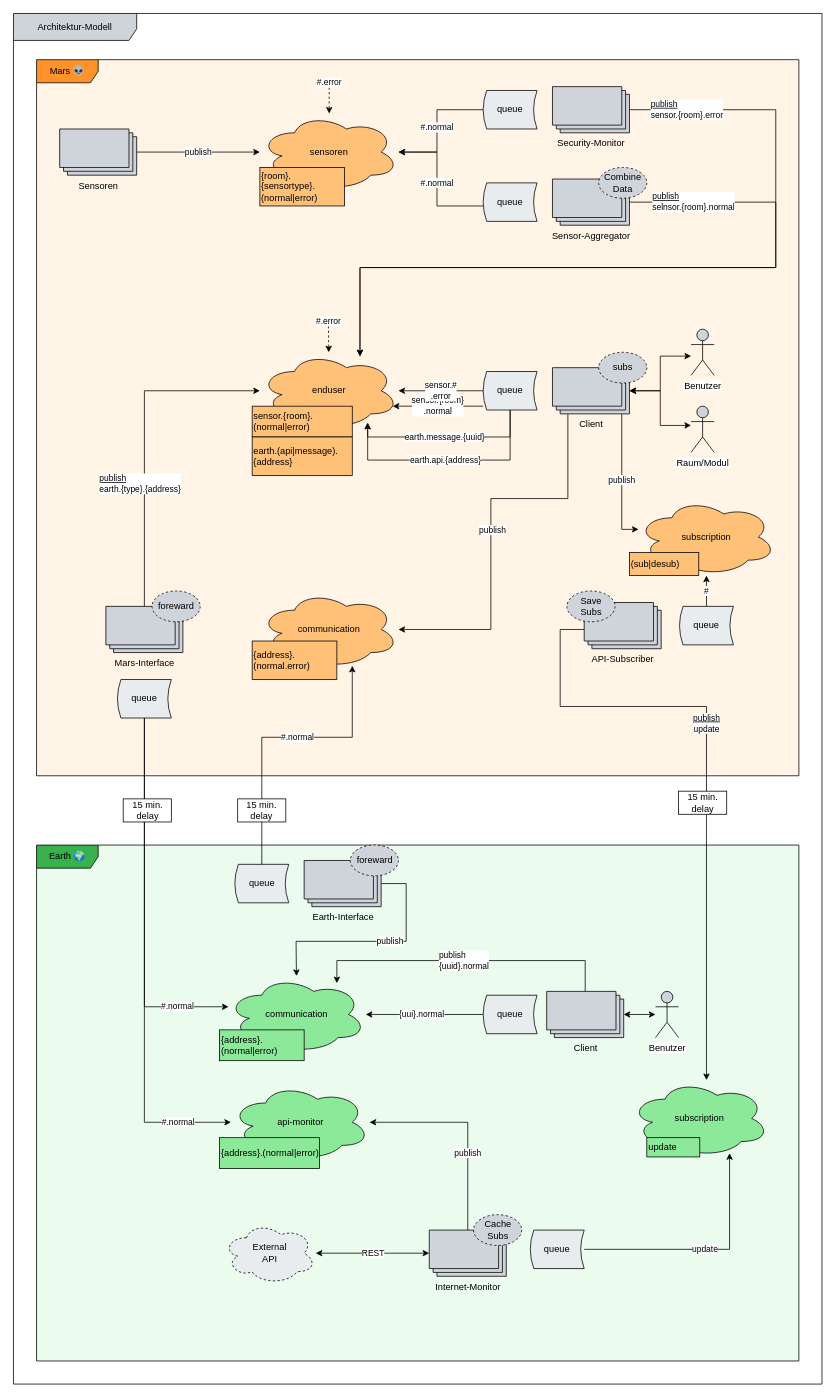
This is docs/Architektur-Modell.drawio from leo-3108/mi-fddw-mars-colonisation-gedrath-pelzer, a draw.io file, before an edit. Source tidied: cells renumbered, new cells numbered last; positions are measured from the earlier drawing's top-left corner, leaving out a move shared by most shapes. Both pictures are drawn from the tidied source at 77%, with x=0, y=0 at pixel (13, 13).
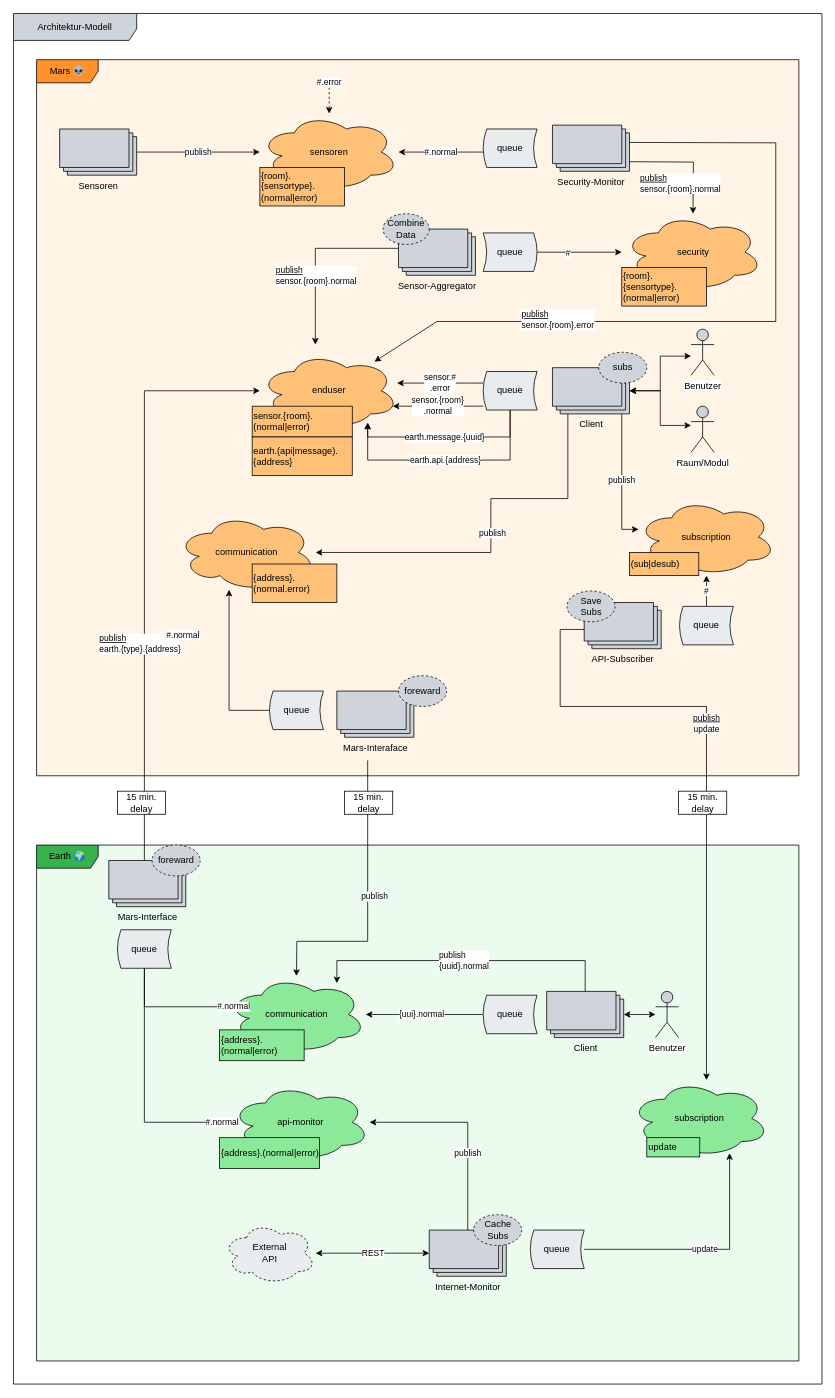
The same page after the edit.

Unchanged cells that the change refers to:
```xml
<mxCell id="10" value="&lt;font face=&quot;IBM Plex Mono&quot;&gt;Client&lt;/font&gt;" style="verticalLabelPosition=bottom;verticalAlign=top;html=1;shape=mxgraph.basic.layered_rect;dx=10;outlineConnect=0;fillColor=#ced4da;" parent="1" vertex="1">
  <mxGeometry x="700" y="460" width="100" height="60" as="geometry" />
</mxCell>
<mxCell id="19" value="sensoren" style="ellipse;shape=cloud;whiteSpace=wrap;html=1;fontFamily=IBM Plex Sans;FType=g;fillColor=#FFC078;" parent="1" vertex="1">
  <mxGeometry x="320" y="130" width="180" height="100" as="geometry" />
</mxCell>
<mxCell id="21" value="enduser" style="ellipse;shape=cloud;whiteSpace=wrap;html=1;fontFamily=IBM Plex Sans;FType=g;fillColor=#FFC078;" parent="1" vertex="1">
  <mxGeometry x="320" y="440" width="180" height="100" as="geometry" />
</mxCell>
<mxCell id="33" value="&lt;font face=&quot;IBM Plex Mono&quot;&gt;queue&lt;/font&gt;" style="shape=dataStorage;whiteSpace=wrap;html=1;fillColor=#E9ECEF;size=0.06470588235293984;" parent="1" vertex="1">
  <mxGeometry x="610" y="465" width="70" height="50" as="geometry" />
</mxCell>
<mxCell id="46" value="communication" style="ellipse;shape=cloud;whiteSpace=wrap;html=1;fontFamily=IBM Plex Sans;FType=g;fillColor=#8CE99A;" parent="1" vertex="1">
  <mxGeometry x="277.5" y="1250" width="180" height="100" as="geometry" />
</mxCell>
```

Change to the diagram source:
```diff
@@
     <mxCell id="8" style="edgeStyle=orthogonalEdgeStyle;rounded=0;jettySize=auto;html=1;fontFamily=IBM Plex Mono;align=center;" parent="1" edge="1" source="10" target="57">
       <mxGeometry relative="1" as="geometry">
         <Array as="points">
           <mxPoint x="720" y="630" />
           <mxPoint x="620" y="630" />
-          <mxPoint x="620" y="800" />
+          <mxPoint x="620" y="700" />
         </Array>
       </mxGeometry>
     </mxCell>
@@
-    <mxCell id="11" value="&lt;u style=&quot;font-family: &amp;#34;ibm plex mono&amp;#34;&quot;&gt;publish&lt;/u&gt;&lt;br style=&quot;font-family: &amp;#34;ibm plex mono&amp;#34;&quot;&gt;&lt;span style=&quot;font-family: &amp;#34;ibm plex mono&amp;#34;&quot;&gt;selnsor.{room}.normal&lt;/span&gt;" style="edgeStyle=orthogonalEdgeStyle;rounded=0;jettySize=auto;html=1;align=left;" parent="1" edge="1" source="12" target="21">
-      <mxGeometry x="-0.94" relative="1" as="geometry">
-        <Array as="points">
-          <mxPoint x="990" y="245" />
-          <mxPoint x="990" y="330" />
-          <mxPoint x="450" y="330" />
-        </Array>
-      </mxGeometry>
-    </mxCell>
     <mxCell id="12" value="&lt;font face=&quot;IBM Plex Mono&quot;&gt;Sensor-Aggregator&lt;/font&gt;" style="verticalLabelPosition=bottom;verticalAlign=top;html=1;shape=mxgraph.basic.layered_rect;dx=10;outlineConnect=0;fillColor=#ced4da;" parent="1" vertex="1">
-      <mxGeometry x="700" y="215" width="100" height="60" as="geometry" />
+      <mxGeometry x="500" y="280" width="100" height="60" as="geometry" />
     </mxCell>
-    <mxCell id="13" value="&lt;font face=&quot;IBM Plex Mono&quot;&gt;&lt;u&gt;publish&lt;/u&gt;&lt;br&gt;sensor.{room}.error&lt;/font&gt;" style="edgeStyle=orthogonalEdgeStyle;rounded=0;jettySize=auto;html=1;align=left;" parent="1" edge="1" source="14" target="21">
-      <mxGeometry x="-0.95" relative="1" as="geometry">
-        <Array as="points">
-          <mxPoint x="990" y="125" />
-          <mxPoint x="990" y="330" />
-          <mxPoint x="450" y="330" />
-        </Array>
-      </mxGeometry>
-    </mxCell>
     <mxCell id="14" value="&lt;font face=&quot;IBM Plex Mono&quot;&gt;Security-Monitor&lt;/font&gt;" style="verticalLabelPosition=bottom;verticalAlign=top;html=1;shape=mxgraph.basic.layered_rect;dx=10;outlineConnect=0;fillColor=#ced4da;" parent="1" vertex="1">
-      <mxGeometry x="700" y="95" width="100" height="60" as="geometry" />
+      <mxGeometry x="700" y="145" width="100" height="60" as="geometry" />
     </mxCell>
@@
     <mxCell id="22" value="&lt;font face=&quot;IBM Plex Mono&quot;&gt;#.normal&lt;/font&gt;" style="edgeStyle=orthogonalEdgeStyle;rounded=0;jettySize=auto;html=1;" parent="1" edge="1" source="23" target="19">
       <mxGeometry relative="1" as="geometry">
         <Array as="points">
-          <mxPoint x="550" y="125" />
-          <mxPoint x="550" y="180" />
+          <mxPoint x="600" y="180" />
+          <mxPoint x="600" y="180" />
         </Array>
       </mxGeometry>
     </mxCell>
     <mxCell id="23" value="&lt;font face=&quot;IBM Plex Mono&quot;&gt;queue&lt;/font&gt;" style="shape=dataStorage;whiteSpace=wrap;html=1;fillColor=#E9ECEF;size=0.06470588235293984;" parent="1" vertex="1">
-      <mxGeometry x="610" y="100" width="70" height="50" as="geometry" />
+      <mxGeometry x="610" y="150" width="70" height="50" as="geometry" />
     </mxCell>
-    <mxCell id="24" value="&lt;font face=&quot;IBM Plex Mono&quot;&gt;#.normal&lt;/font&gt;" style="edgeStyle=orthogonalEdgeStyle;rounded=0;jettySize=auto;html=1;" parent="1" edge="1" source="25" target="19">
-      <mxGeometry relative="1" as="geometry">
-        <Array as="points">
-          <mxPoint x="550" y="250" />
-          <mxPoint x="550" y="180" />
-        </Array>
-      </mxGeometry>
-    </mxCell>
-    <mxCell id="25" value="&lt;font face=&quot;IBM Plex Mono&quot;&gt;queue&lt;/font&gt;" style="shape=dataStorage;whiteSpace=wrap;html=1;fillColor=#E9ECEF;size=0.06470588235293984;" parent="1" vertex="1">
-      <mxGeometry x="610" y="220" width="70" height="50" as="geometry" />
+    <mxCell id="25" value="&lt;font face=&quot;IBM Plex Mono&quot;&gt;queue&lt;/font&gt;" style="shape=dataStorage;whiteSpace=wrap;html=1;fillColor=#E9ECEF;size=0.06470588235293984;direction=west;" parent="1" vertex="1">
+      <mxGeometry x="610" y="285" width="70" height="50" as="geometry" />
     </mxCell>
     <mxCell id="26" value="&lt;font face=&quot;IBM Plex Sans&quot;&gt;Combine Data&lt;/font&gt;" style="ellipse;whiteSpace=wrap;html=1;strokeWidth=1;fillColor=#CED4DA;dashed=1;" parent="1" vertex="1">
-      <mxGeometry x="760" y="200" width="62.5" height="40" as="geometry" />
+      <mxGeometry x="480" y="260" width="60" height="40" as="geometry" />
     </mxCell>
@@
     <mxCell id="30" value="&lt;font face=&quot;IBM Plex Mono&quot;&gt;sensor.#&lt;br&gt;.error&lt;/font&gt;" style="edgeStyle=orthogonalEdgeStyle;rounded=0;jettySize=auto;html=1;align=center;" parent="1" edge="1" source="33" target="21">
       <mxGeometry relative="1" as="geometry">
         <Array as="points">
-          <mxPoint x="610" y="470" />
-          <mxPoint x="610" y="470" />
+          <mxPoint x="590" y="480" />
+          <mxPoint x="590" y="480" />
         </Array>
       </mxGeometry>
     </mxCell>
@@
-    <mxCell id="35" value="&lt;font face=&quot;IBM Plex Mono&quot;&gt;#.error&lt;/font&gt;" style="endArrow=classic;html=1;dashed=1;" parent="1" edge="1" target="21">
-      <mxGeometry x="-1" relative="1" as="geometry">
-        <mxPoint x="409" y="400" as="sourcePoint" />
-      </mxGeometry>
-    </mxCell>
@@
     <mxCell id="40" value="&lt;font face=&quot;IBM Plex Mono&quot;&gt;Mars-Interface&lt;br&gt;&lt;/font&gt;" style="verticalLabelPosition=bottom;verticalAlign=top;html=1;shape=mxgraph.basic.layered_rect;dx=10;outlineConnect=0;fillColor=#ced4da;" parent="1" vertex="1">
-      <mxGeometry x="120" y="770" width="100" height="60" as="geometry" />
+      <mxGeometry x="123.8" y="1100" width="100" height="60" as="geometry" />
     </mxCell>
@@
     <mxCell id="50" value="&lt;font face=&quot;IBM Plex Mono&quot;&gt;queue&lt;/font&gt;" style="shape=dataStorage;whiteSpace=wrap;html=1;fillColor=#E9ECEF;size=0.06470588235293984;" parent="1" vertex="1">
-      <mxGeometry x="135" y="865" width="70" height="50" as="geometry" />
+      <mxGeometry x="135" y="1190" width="70" height="50" as="geometry" />
     </mxCell>
@@
     <mxCell id="55" value="&lt;font face=&quot;IBM Plex Mono&quot;&gt;15 min. delay&lt;/font&gt;" style="rounded=0;whiteSpace=wrap;html=1;fillColor=#ffffff;" parent="1" vertex="1">
-      <mxGeometry x="142.5" y="1020" width="62.5" height="30" as="geometry" />
+      <mxGeometry x="135" y="1010" width="62.5" height="30" as="geometry" />
     </mxCell>
@@
     <mxCell id="57" value="communication" style="ellipse;shape=cloud;whiteSpace=wrap;html=1;fontFamily=IBM Plex Sans;FType=g;fillColor=#FFC078;" parent="1" vertex="1">
-      <mxGeometry x="320" y="750" width="180" height="100" as="geometry" />
+      <mxGeometry x="212.5" y="650" width="180" height="100" as="geometry" />
     </mxCell>
     <mxCell id="58" value="&lt;span style=&quot;font-family: &amp;#34;ibm plex mono&amp;#34;&quot;&gt;{address}.(normal.error)&lt;/span&gt;" style="rounded=0;whiteSpace=wrap;html=1;fillColor=#FFC078;align=left;" parent="1" vertex="1">
-      <mxGeometry x="310" y="815" width="110" height="50" as="geometry" />
+      <mxGeometry x="310" y="715" width="110" height="50" as="geometry" />
     </mxCell>
-    <mxCell id="59" value="publish" style="edgeStyle=orthogonalEdgeStyle;rounded=0;jettySize=auto;html=1;fontFamily=IBM Plex Mono;align=left;" parent="1" edge="1" source="60" target="46">
-      <mxGeometry relative="1" as="geometry">
+    <mxCell id="59" value="publish" style="edgeStyle=orthogonalEdgeStyle;rounded=0;jettySize=auto;html=1;fontFamily=IBM Plex Mono;align=left;" parent="1" edge="1" target="46">
+      <mxGeometry x="-0.05" y="-10" relative="1" as="geometry">
+        <mxPoint x="460" y="970" as="sourcePoint" />
         <Array as="points">
-          <mxPoint x="510" y="1130" />
-          <mxPoint x="510" y="1205" />
-          <mxPoint x="367" y="1205" />
+          <mxPoint x="460" y="1205" />
+          <mxPoint x="368" y="1205" />
         </Array>
       </mxGeometry>
     </mxCell>
-    <mxCell id="60" value="&lt;font face=&quot;IBM Plex Mono&quot;&gt;Earth-Interface&lt;br&gt;&lt;/font&gt;" style="verticalLabelPosition=bottom;verticalAlign=top;html=1;shape=mxgraph.basic.layered_rect;dx=10;outlineConnect=0;fillColor=#ced4da;" parent="1" vertex="1">
-      <mxGeometry x="377.5" y="1100" width="100" height="60" as="geometry" />
+    <mxCell id="60" value="&lt;font face=&quot;IBM Plex Mono&quot;&gt;Mars-Interaface&lt;br&gt;&lt;/font&gt;" style="verticalLabelPosition=bottom;verticalAlign=top;html=1;shape=mxgraph.basic.layered_rect;dx=10;outlineConnect=0;fillColor=#ced4da;" parent="1" vertex="1">
+      <mxGeometry x="420" y="880" width="100" height="60" as="geometry" />
     </mxCell>
     <mxCell id="61" value="#.normal" style="edgeStyle=orthogonalEdgeStyle;rounded=0;jettySize=auto;html=1;fontFamily=IBM Plex Mono;align=left;" parent="1" edge="1" source="62" target="57">
-      <mxGeometry relative="1" as="geometry">
+      <mxGeometry x="-0.5" y="-54" relative="1" as="geometry">
         <Array as="points">
-          <mxPoint x="323" y="940" />
-          <mxPoint x="440" y="940" />
+          <mxPoint x="280" y="905" />
         </Array>
+        <mxPoint x="-84" y="-44" as="offset" />
       </mxGeometry>
     </mxCell>
     <mxCell id="62" value="&lt;font face=&quot;IBM Plex Mono&quot;&gt;queue&lt;/font&gt;" style="shape=dataStorage;whiteSpace=wrap;html=1;fillColor=#E9ECEF;size=0.06470588235293984;" parent="1" vertex="1">
-      <mxGeometry x="287.5" y="1105" width="70" height="50" as="geometry" />
+      <mxGeometry x="332.5" y="880" width="70" height="50" as="geometry" />
     </mxCell>
     <mxCell id="63" value="&lt;font face=&quot;IBM Plex Mono&quot;&gt;15 min. delay&lt;/font&gt;" style="rounded=0;whiteSpace=wrap;html=1;fillColor=#ffffff;" parent="1" vertex="1">
-      <mxGeometry x="291.2" y="1020" width="62.5" height="30" as="geometry" />
+      <mxGeometry x="430" y="1010" width="62.5" height="30" as="geometry" />
     </mxCell>
@@
     <mxCell id="77" value="&lt;font face=&quot;IBM Plex Sans&quot;&gt;foreward&lt;/font&gt;" style="ellipse;whiteSpace=wrap;html=1;strokeWidth=1;fillColor=#CED4DA;dashed=1;" parent="1" vertex="1">
-      <mxGeometry x="437.5" y="1080" width="62.5" height="40" as="geometry" />
+      <mxGeometry x="500" y="860" width="62.5" height="40" as="geometry" />
     </mxCell>
     <mxCell id="78" value="&lt;font face=&quot;IBM Plex Sans&quot;&gt;foreward&lt;/font&gt;" style="ellipse;whiteSpace=wrap;html=1;strokeWidth=1;fillColor=#CED4DA;dashed=1;" parent="1" vertex="1">
-      <mxGeometry x="180" y="750" width="62.5" height="40" as="geometry" />
+      <mxGeometry x="180" y="1080" width="62.5" height="40" as="geometry" />
     </mxCell>
+    <mxCell id="79" value="security" style="ellipse;shape=cloud;whiteSpace=wrap;html=1;fontFamily=IBM Plex Sans;FType=g;fillColor=#FFC078;" parent="1" vertex="1">
+      <mxGeometry x="792.5" y="260" width="180" height="100" as="geometry" />
+    </mxCell>
+    <mxCell id="80" style="endArrow=classic;html=1;exitX=0;exitY=0.5;exitDx=0;exitDy=0;" parent="1" edge="1" source="25">
+      <mxGeometry relative="1" as="geometry">
+        <mxPoint x="790" y="310" as="targetPoint" />
+      </mxGeometry>
+    </mxCell>
+    <mxCell id="81" value="#" style="edgeLabel;html=1;align=center;verticalAlign=middle;" parent="80" vertex="1">
+      <mxGeometry x="-0.29" y="-1" relative="1" as="geometry" />
+    </mxCell>
+    <mxCell id="82" style="endArrow=classic;html=1;rounded=0;exitX=0;exitY=0;exitDx=100;exitDy=22.5;exitPerimeter=0;" parent="1" edge="1" source="14" target="21">
+      <mxGeometry relative="1" as="geometry">
+        <Array as="points">
+          <mxPoint x="990" y="168" />
+          <mxPoint x="990" y="400" />
+          <mxPoint x="550" y="400" />
+        </Array>
+      </mxGeometry>
+    </mxCell>
+    <mxCell id="13" value="&lt;div style=&quot;text-align: left&quot;&gt;&lt;u&gt;publish&lt;/u&gt;&lt;/div&gt;sensor.{room}.error" style="edgeLabel;html=1;align=center;verticalAlign=middle;" parent="82" vertex="1">
+      <mxGeometry x="-0.34" relative="1" as="geometry">
+        <mxPoint x="-283.8" y="104" as="offset" />
+      </mxGeometry>
+    </mxCell>
+    <mxCell id="83" style="endArrow=classic;html=1;exitX=0;exitY=0;exitDx=100;exitDy=47.5;exitPerimeter=0;rounded=0;" parent="1" edge="1" source="14" target="79">
+      <mxGeometry relative="1" as="geometry">
+        <Array as="points">
+          <mxPoint x="883" y="193" />
+        </Array>
+      </mxGeometry>
+    </mxCell>
+    <mxCell id="84" value="&lt;div style=&quot;text-align: left&quot;&gt;&lt;u&gt;publish&lt;/u&gt;&lt;/div&gt;sensor.{room}.normal" style="edgeLabel;html=1;align=center;verticalAlign=middle;" parent="83" vertex="1">
+      <mxGeometry x="-0.31" y="2" relative="1" as="geometry">
+        <mxPoint x="13.6" y="29.2" as="offset" />
+      </mxGeometry>
+    </mxCell>
+    <mxCell id="85" value="&lt;font face=&quot;IBM Plex Mono&quot;&gt;{room}.{sensortype}.(normal|error)&lt;/font&gt;" style="rounded=0;whiteSpace=wrap;html=1;fillColor=#FFC078;align=left;" parent="1" vertex="1">
+      <mxGeometry x="790" y="330" width="110" height="50" as="geometry" />
+    </mxCell>
+    <mxCell id="86" value="&lt;div style=&quot;text-align: left&quot;&gt;&lt;br&gt;&lt;/div&gt;" style="edgeLabel;html=1;align=center;verticalAlign=middle;" parent="1" vertex="1">
+      <mxGeometry x="450" y="390" as="geometry">
+        <mxPoint x="-2" y="3" as="offset" />
+      </mxGeometry>
+    </mxCell>
+    <mxCell id="87" style="endArrow=classic;html=1;exitX=0;exitY=0;exitDx=0;exitDy=25;exitPerimeter=0;rounded=0;" parent="1" edge="1" source="12">
+      <mxGeometry relative="1" as="geometry">
+        <mxPoint x="392" y="430" as="targetPoint" />
+        <Array as="points">
+          <mxPoint x="392" y="305" />
+        </Array>
+      </mxGeometry>
+    </mxCell>
+    <mxCell id="88" value="&lt;div style=&quot;text-align: left&quot;&gt;&lt;u&gt;publish&lt;/u&gt;&lt;/div&gt;sensor.{room}.normal" style="edgeLabel;html=1;align=center;verticalAlign=middle;" parent="1" vertex="1">
+      <mxGeometry x="392.5" y="340" as="geometry" />
+    </mxCell>
```
